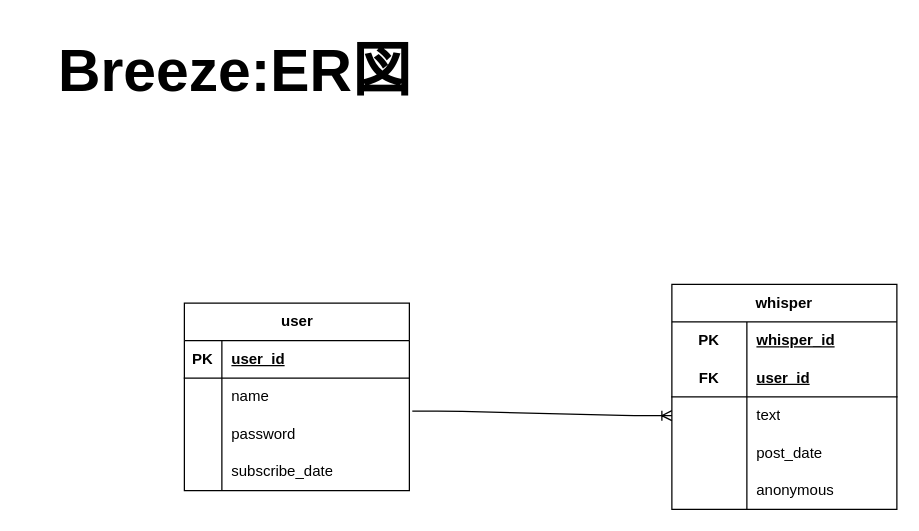
yukiyuukiyuuuki/breeze keeps this draw.io diagram as page "ER" (2 of 2) of Life_Hacker.drawio. Above is the earlier version. Source tidied: cells renumbered, new cells numbered last; positions are measured from the earlier drawing's top-left corner, leaving out a move shared by most shapes. Both pictures are drawn from the tidied source at 125%, with x=0, y=0 at pixel (21, 21).
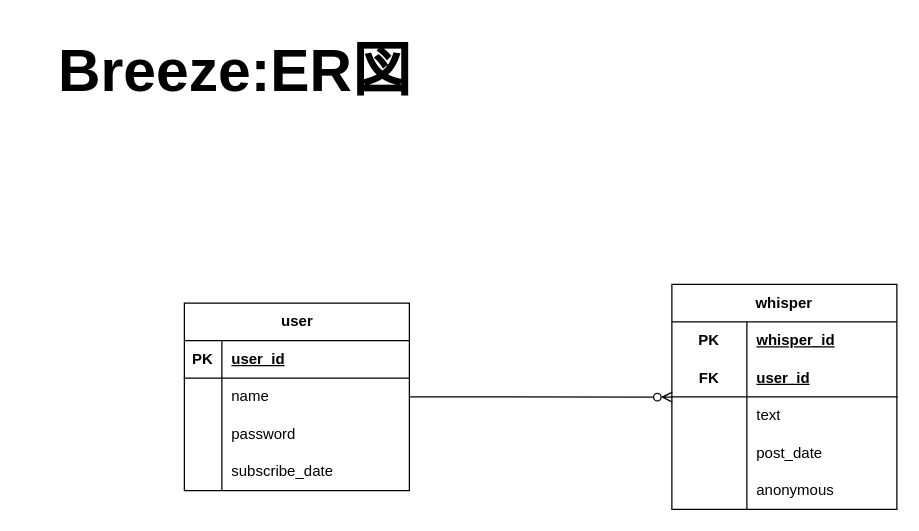
The same diagram, later.

The change refers to these unchanged cells:
```xml
<mxCell id="6" style="shape=tableRow;horizontal=0;startSize=0;swimlaneHead=0;swimlaneBody=0;fillColor=none;points=[[0,0.5],[1,0.5]];portConstraint=eastwest;top=0;left=0;right=0;bottom=0;" parent="2" vertex="1">
  <mxGeometry y="60" width="180" height="30" as="geometry" />
</mxCell>
<mxCell id="9" style="shape=tableRow;horizontal=0;startSize=0;swimlaneHead=0;swimlaneBody=0;fillColor=none;points=[[0,0.5],[1,0.5]];portConstraint=eastwest;top=0;left=0;right=0;bottom=0;" parent="2" vertex="1">
  <mxGeometry y="90" width="180" height="30" as="geometry" />
</mxCell>
<mxCell id="23" style="shape=tableRow;horizontal=0;startSize=0;swimlaneHead=0;swimlaneBody=0;fillColor=none;points=[[0,0.5],[1,0.5]];portConstraint=eastwest;top=0;left=0;right=0;bottom=0;html=1;" parent="16" vertex="1">
  <mxGeometry y="90" width="180" height="30" as="geometry" />
</mxCell>
```

Diff of the diagram source:
```diff
@@
-    <mxCell id="15" style="edgeStyle=entityRelationEdgeStyle;fontSize=12;html=1;endArrow=ERoneToMany;exitX=1.013;exitY=-0.12;exitDx=0;exitDy=0;exitPerimeter=0;entryX=0;entryY=0.5;entryDx=0;entryDy=0;" parent="1" edge="1" source="9" target="23">
-      <mxGeometry relative="1" as="geometry">
-        <Array as="points">
-          <mxPoint x="337.7" y="377" />
-        </Array>
-      </mxGeometry>
-    </mxCell>
@@
+    <mxCell id="34" style="edgeStyle=none;html=1;exitX=1;exitY=0.5;exitDx=0;exitDy=0;entryX=0.002;entryY=0.007;entryDx=0;entryDy=0;entryPerimeter=0;endArrow=ERzeroToMany;endFill=0;" parent="1" edge="1" source="6" target="23">
+      <mxGeometry relative="1" as="geometry" />
+    </mxCell>
```
